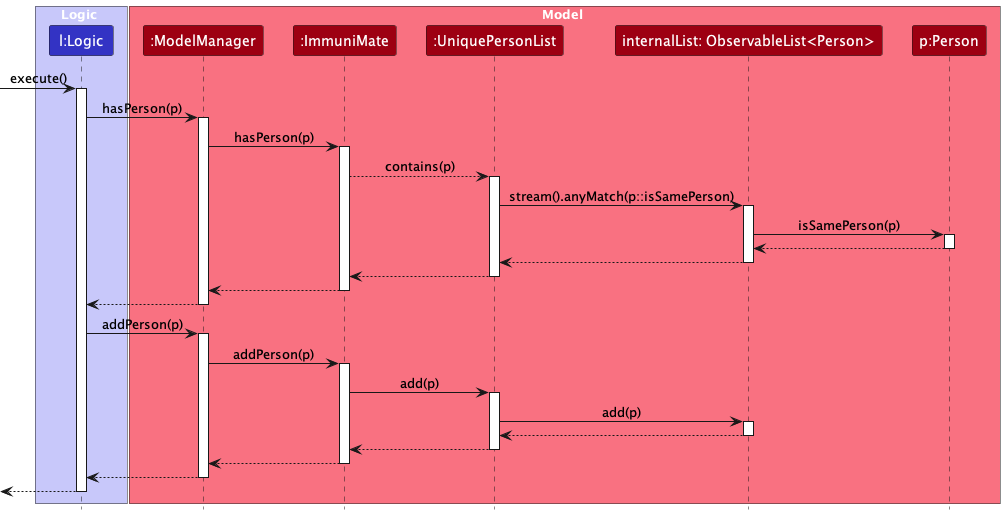
Above: docs/images/CreateCommandModel.png in AY2324S2-CS2103T-T08-1/tp (PlantUML), before the change. Its diagram source:
```plantuml
@startuml
!include style.puml
skinparam ArrowFontStyle plain
box Logic LOGIC_COLOR_T1
participant "l:Logic" as CreateCommand LOGIC_COLOR
end box

box Model MODEL_COLOR_T1
participant ":ModelManager" as ModelManager MODEL_COLOR
participant ":ImmuniMate" as ImmuniMate MODEL_COLOR
participant ":UniquePersonList" as UniquePersonList MODEL_COLOR
participant "internalList: ObservableList<Person>" as internalList MODEL_COLOR
participant "p:Person" as p MODEL_COLOR
end box

[-> CreateCommand : execute()
activate CreateCommand

CreateCommand -> ModelManager : hasPerson(p)
activate ModelManager

ModelManager -> ImmuniMate: hasPerson(p)
activate ImmuniMate

ImmuniMate --> UniquePersonList : contains(p)
activate UniquePersonList

UniquePersonList -> internalList : stream().anyMatch(p::isSamePerson)
activate internalList

internalList -> p : isSamePerson(p)
activate p

p --> internalList
deactivate p

internalList --> UniquePersonList
deactivate internalList

UniquePersonList --> ImmuniMate
deactivate UniquePersonList

ImmuniMate --> ModelManager
deactivate ImmuniMate

ModelManager --> CreateCommand
deactivate ModelManager

CreateCommand -> ModelManager : addPerson(p)
activate ModelManager

ModelManager -> ImmuniMate: addPerson(p)
activate ImmuniMate

ImmuniMate -> UniquePersonList : add(p)
activate UniquePersonList

UniquePersonList -> internalList : add(p)
activate internalList

internalList --> UniquePersonList
deactivate internalList

UniquePersonList --> ImmuniMate
deactivate UniquePersonList

ImmuniMate --> ModelManager
deactivate ImmuniMate

ModelManager --> CreateCommand
deactivate ModelManager

[<--CreateCommand
deactivate CreateCommand

@enduml
```
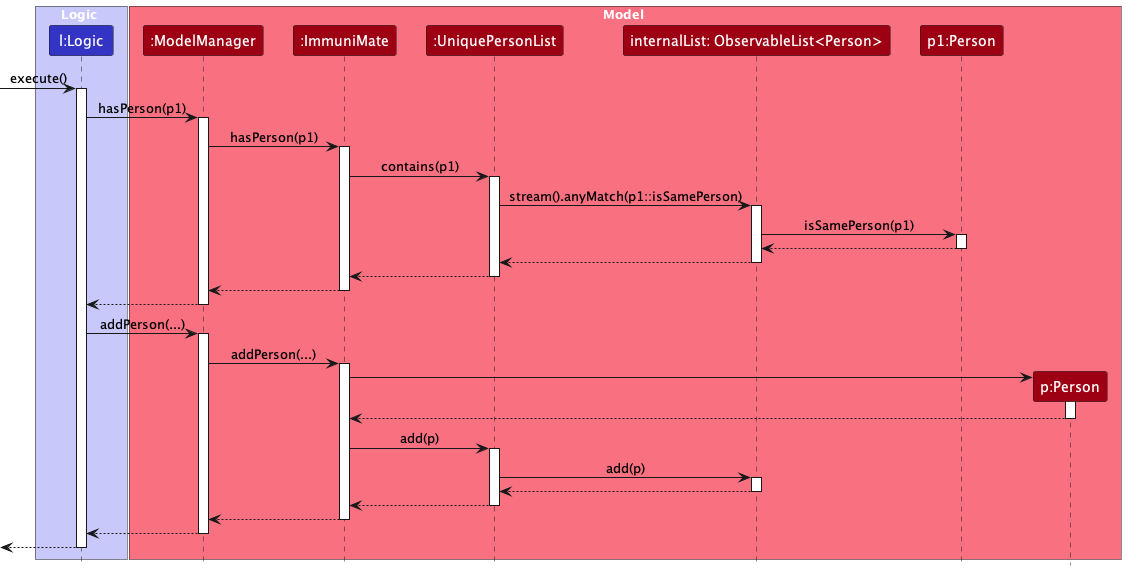
Later version of the same file.

What changed in the source:
```diff
@@ -10,29 +10,30 @@
 participant ":ImmuniMate" as ImmuniMate MODEL_COLOR
 participant ":UniquePersonList" as UniquePersonList MODEL_COLOR
 participant "internalList: ObservableList<Person>" as internalList MODEL_COLOR
+participant "p1:Person" as p1 MODEL_COLOR
 participant "p:Person" as p MODEL_COLOR
 end box
 
 [-> CreateCommand : execute()
 activate CreateCommand
 
-CreateCommand -> ModelManager : hasPerson(p)
+CreateCommand -> ModelManager : hasPerson(p1)
 activate ModelManager
 
-ModelManager -> ImmuniMate: hasPerson(p)
+ModelManager -> ImmuniMate: hasPerson(p1)
 activate ImmuniMate
 
-ImmuniMate --> UniquePersonList : contains(p)
+ImmuniMate -> UniquePersonList : contains(p1)
 activate UniquePersonList
 
-UniquePersonList -> internalList : stream().anyMatch(p::isSamePerson)
+UniquePersonList -> internalList : stream().anyMatch(p1::isSamePerson)
 activate internalList
 
-internalList -> p : isSamePerson(p)
-activate p
+internalList -> p1 : isSamePerson(p1)
+activate p1
 
-p --> internalList
-deactivate p
+p1 --> internalList
+deactivate p1
 
 internalList --> UniquePersonList
 deactivate internalList
@@ -46,11 +47,17 @@
 ModelManager --> CreateCommand
 deactivate ModelManager
 
-CreateCommand -> ModelManager : addPerson(p)
+CreateCommand -> ModelManager : addPerson(...)
 activate ModelManager
 
-ModelManager -> ImmuniMate: addPerson(p)
+ModelManager -> ImmuniMate: addPerson(...)
 activate ImmuniMate
+
+create p
+ImmuniMate -> p
+activate p
+p --> ImmuniMate
+deactivate p
 
 ImmuniMate -> UniquePersonList : add(p)
 activate UniquePersonList
```
